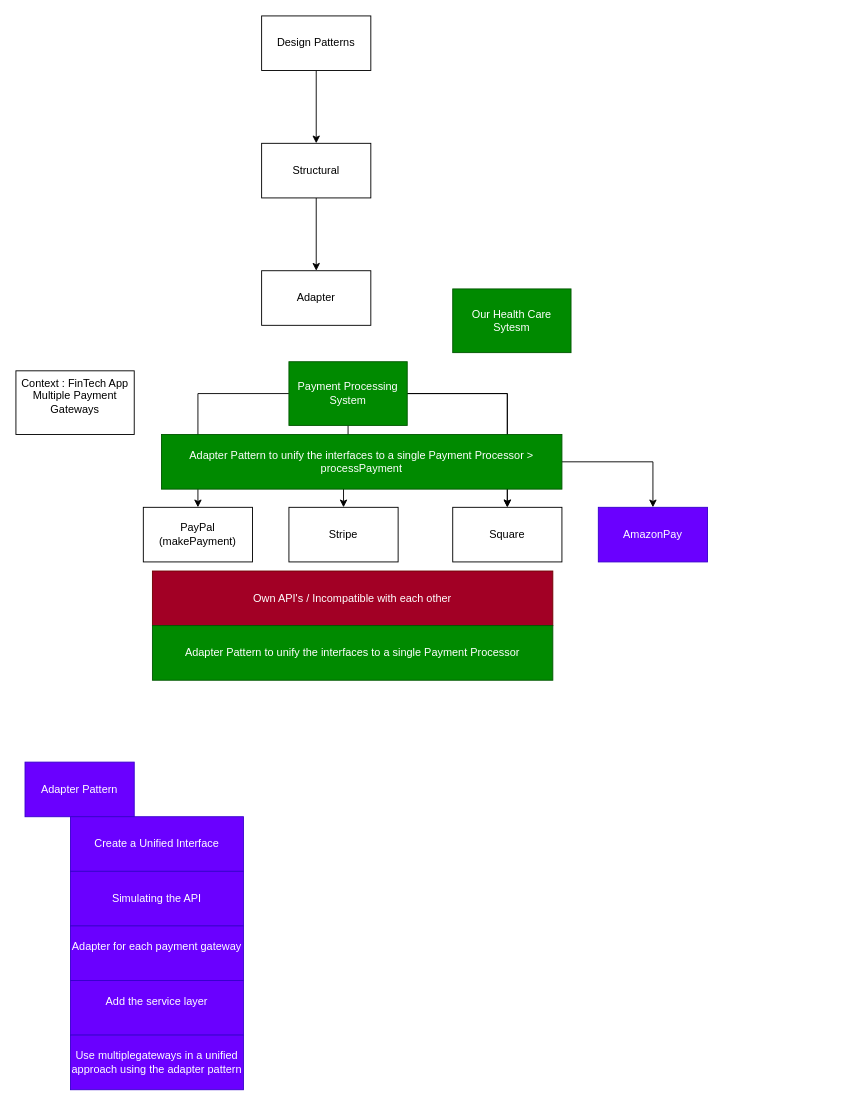
Before: page "AdapterDesignPattern" (7 of 8) of Diagrams/New Features Java.drawio in THRGLO02MAY2025GIT-HUB/THRGLO02MAY2025GIT-REPO, a draw.io diagram. Source tidied: cells renumbered, new cells numbered last; positions are measured from the earlier drawing's top-left corner, leaving out a move shared by most shapes. Both pictures are drawn from the tidied source at 91%, with x=0, y=0 at pixel (15, 15).
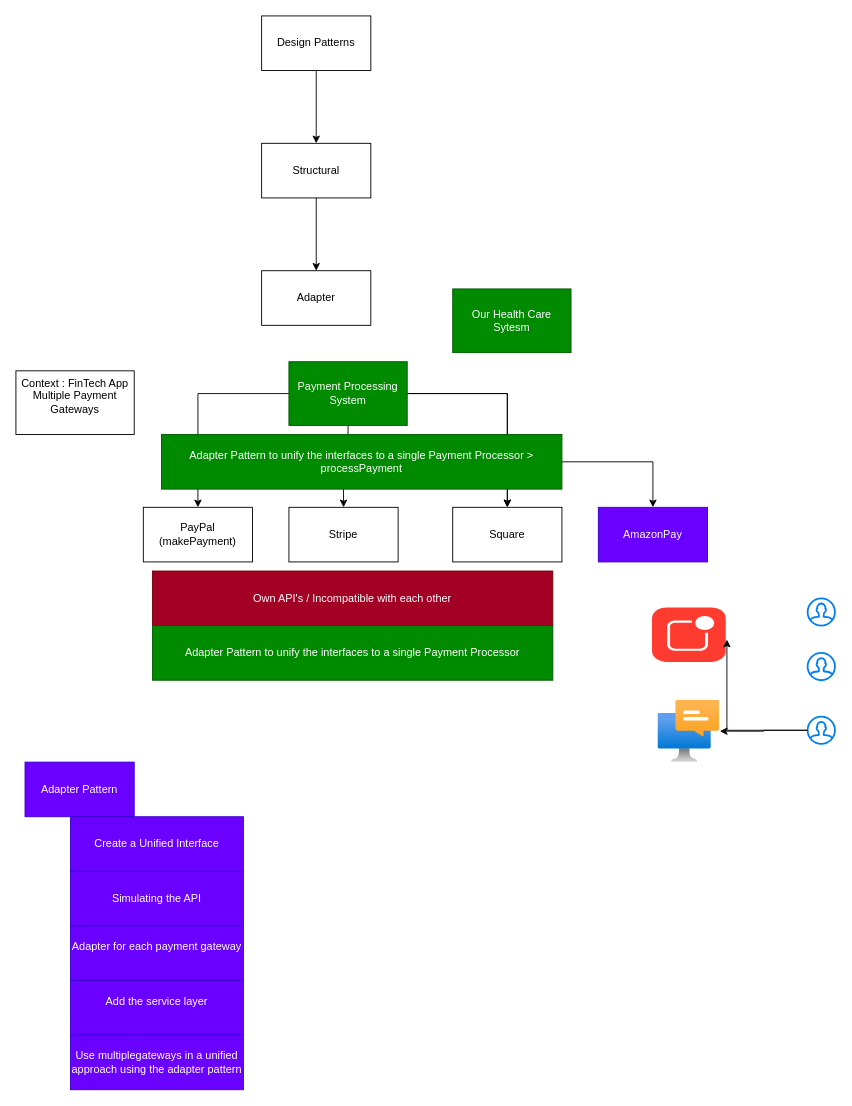
After the change.

What changed in the source:
```diff
@@
+    <mxCell id="28" style="html=1;strokeWidth=1;shadow=0;dashed=0;shape=mxgraph.ios7.misc.notification;fillColor=#FF3B2F;strokeColor=none;buttonText=;strokeColor2=#222222;fontColor=#222222;fontSize=8;verticalLabelPosition=bottom;verticalAlign=top;align=center;sketch=0;" parent="1" vertex="1">
+      <mxGeometry x="699" y="650" width="81" height="60" as="geometry" />
+    </mxCell>
+    <mxCell id="29" style="image;html=1;points=[];align=center;fontSize=12;image=img/lib/azure2/other/Windows_Notification_Services.svg;" parent="1" vertex="1">
+      <mxGeometry x="705.5" y="752" width="68" height="68" as="geometry" />
+    </mxCell>
+    <mxCell id="30" style="html=1;verticalLabelPosition=bottom;align=center;labelBackgroundColor=#ffffff;verticalAlign=top;strokeWidth=2;strokeColor=#0080F0;shadow=0;dashed=0;shape=mxgraph.ios7.icons.user;" parent="1" vertex="1">
+      <mxGeometry x="870" y="640" width="30" height="30" as="geometry" />
+    </mxCell>
+    <mxCell id="31" style="html=1;verticalLabelPosition=bottom;align=center;labelBackgroundColor=#ffffff;verticalAlign=top;strokeWidth=2;strokeColor=#0080F0;shadow=0;dashed=0;shape=mxgraph.ios7.icons.user;" parent="1" vertex="1">
+      <mxGeometry x="870" y="700" width="30" height="30" as="geometry" />
+    </mxCell>
+    <mxCell id="32" style="edgeStyle=orthogonalEdgeStyle;rounded=0;jettySize=auto;html=1;" parent="1" edge="1" source="33" target="29">
+      <mxGeometry relative="1" as="geometry" />
+    </mxCell>
+    <mxCell id="33" style="html=1;verticalLabelPosition=bottom;align=center;labelBackgroundColor=#ffffff;verticalAlign=top;strokeWidth=2;strokeColor=#0080F0;shadow=0;dashed=0;shape=mxgraph.ios7.icons.user;" parent="1" vertex="1">
+      <mxGeometry x="870" y="770" width="30" height="30" as="geometry" />
+    </mxCell>
+    <mxCell id="34" style="edgeStyle=orthogonalEdgeStyle;rounded=0;jettySize=auto;html=1;entryX=1.016;entryY=0.589;entryDx=0;entryDy=0;entryPerimeter=0;" parent="1" edge="1" source="33" target="28">
+      <mxGeometry relative="1" as="geometry" />
+    </mxCell>
```
